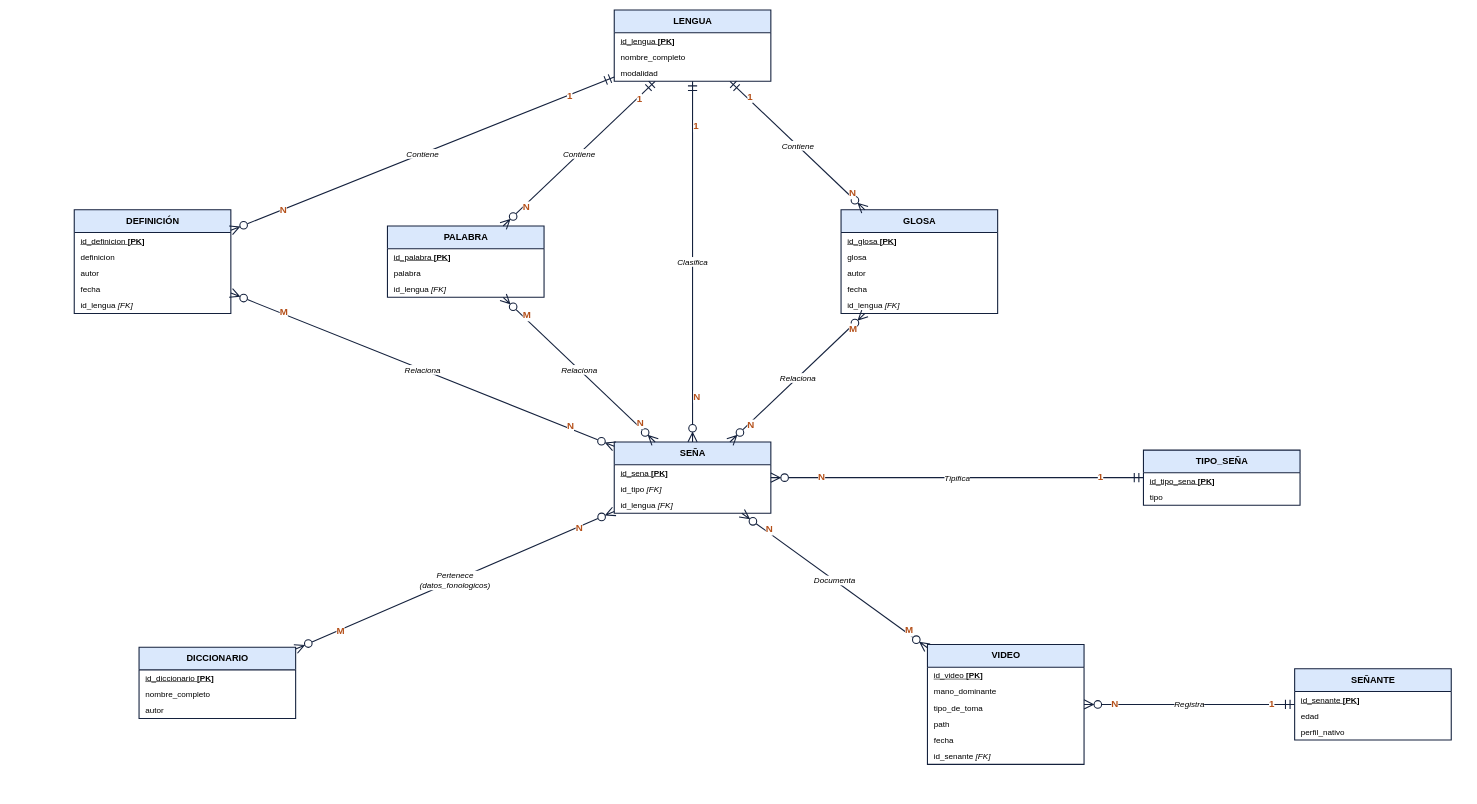
Earlier version of the draw.io diagram docs/img/diagrama_er_cardinalidades.drawio (ChristopherArgenis/LSM_DB). Source tidied: cells renumbered, new cells numbered last; positions are measured from the earlier drawing's top-left corner, leaving out a move shared by most shapes. Both pictures are drawn from the tidied source at 54%, with x=0, y=0 at pixel (74, 10).
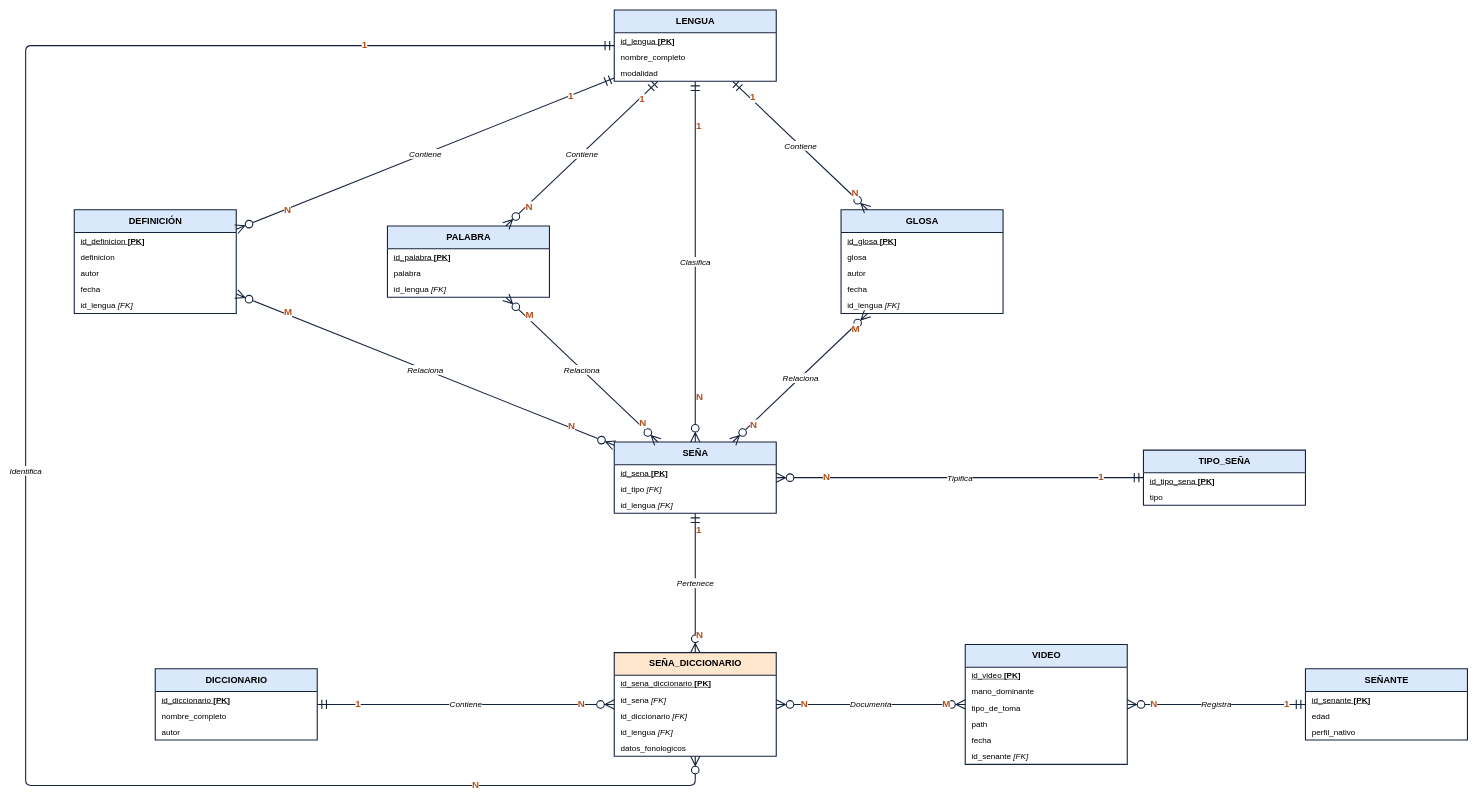
The same diagram, later.

Commit message (it also covers changes not shown here):
Diagramas ER: SEÑA_DICCIONARIO como entidad asociativa

Change to the diagram source:
```diff
@@
     <mxCell id="2" value="LENGUA" style="swimlane;fontStyle=1;horizontal=1;startSize=42;html=1;fontSize=17;fillColor=#dae8fc;strokeColor=#14213d;strokeWidth=2;swimlaneFillColor=#ffffff;" parent="1" vertex="1">
-      <mxGeometry x="1000" width="290" height="132" as="geometry" />
+      <mxGeometry x="1000" width="300" height="132" as="geometry" />
     </mxCell>
     <mxCell id="3" value="id_lengua  &lt;b&gt;[PK]&lt;/b&gt;" style="text;html=1;align=left;verticalAlign=middle;spacingLeft=10;fontSize=15;fontStyle=4;" parent="2" vertex="1">
-      <mxGeometry y="42" width="290" height="30" as="geometry" />
+      <mxGeometry y="42" width="300" height="30" as="geometry" />
     </mxCell>
     <mxCell id="4" value="nombre_completo" style="text;html=1;align=left;verticalAlign=middle;spacingLeft=10;fontSize=15;" parent="2" vertex="1">
-      <mxGeometry y="72" width="290" height="30" as="geometry" />
+      <mxGeometry y="72" width="300" height="30" as="geometry" />
     </mxCell>
     <mxCell id="5" value="modalidad" style="text;html=1;align=left;verticalAlign=middle;spacingLeft=10;fontSize=15;" parent="2" vertex="1">
-      <mxGeometry y="102" width="290" height="30" as="geometry" />
+      <mxGeometry y="102" width="300" height="30" as="geometry" />
     </mxCell>
     <mxCell id="6" value="DEFINICIÓN" style="swimlane;fontStyle=1;horizontal=1;startSize=42;html=1;fontSize=17;fillColor=#dae8fc;strokeColor=#14213d;strokeWidth=2;swimlaneFillColor=#ffffff;" parent="1" vertex="1">
-      <mxGeometry y="370" width="290" height="192" as="geometry" />
+      <mxGeometry y="370" width="300" height="192" as="geometry" />
     </mxCell>
     <mxCell id="7" value="id_definicion  &lt;b&gt;[PK]&lt;/b&gt;" style="text;html=1;align=left;verticalAlign=middle;spacingLeft=10;fontSize=15;fontStyle=4;" parent="6" vertex="1">
-      <mxGeometry y="42" width="290" height="30" as="geometry" />
+      <mxGeometry y="42" width="300" height="30" as="geometry" />
     </mxCell>
     <mxCell id="8" value="definicion" style="text;html=1;align=left;verticalAlign=middle;spacingLeft=10;fontSize=15;" parent="6" vertex="1">
-      <mxGeometry y="72" width="290" height="30" as="geometry" />
+      <mxGeometry y="72" width="300" height="30" as="geometry" />
     </mxCell>
     <mxCell id="9" value="autor" style="text;html=1;align=left;verticalAlign=middle;spacingLeft=10;fontSize=15;" parent="6" vertex="1">
-      <mxGeometry y="102" width="290" height="30" as="geometry" />
+      <mxGeometry y="102" width="300" height="30" as="geometry" />
     </mxCell>
     <mxCell id="10" value="fecha" style="text;html=1;align=left;verticalAlign=middle;spacingLeft=10;fontSize=15;" parent="6" vertex="1">
-      <mxGeometry y="132" width="290" height="30" as="geometry" />
+      <mxGeometry y="132" width="300" height="30" as="geometry" />
     </mxCell>
     <mxCell id="11" value="id_lengua  &lt;i&gt;[FK]&lt;/i&gt;" style="text;html=1;align=left;verticalAlign=middle;spacingLeft=10;fontSize=15;" parent="6" vertex="1">
-      <mxGeometry y="162" width="290" height="30" as="geometry" />
+      <mxGeometry y="162" width="300" height="30" as="geometry" />
     </mxCell>
     <mxCell id="12" value="PALABRA" style="swimlane;fontStyle=1;horizontal=1;startSize=42;html=1;fontSize=17;fillColor=#dae8fc;strokeColor=#14213d;strokeWidth=2;swimlaneFillColor=#ffffff;" parent="1" vertex="1">
-      <mxGeometry x="580" y="400" width="290" height="132" as="geometry" />
+      <mxGeometry x="580" y="400" width="300" height="132" as="geometry" />
     </mxCell>
     <mxCell id="13" value="id_palabra  &lt;b&gt;[PK]&lt;/b&gt;" style="text;html=1;align=left;verticalAlign=middle;spacingLeft=10;fontSize=15;fontStyle=4;" parent="12" vertex="1">
-      <mxGeometry y="42" width="290" height="30" as="geometry" />
+      <mxGeometry y="42" width="300" height="30" as="geometry" />
     </mxCell>
     <mxCell id="14" value="palabra" style="text;html=1;align=left;verticalAlign=middle;spacingLeft=10;fontSize=15;" parent="12" vertex="1">
-      <mxGeometry y="72" width="290" height="30" as="geometry" />
+      <mxGeometry y="72" width="300" height="30" as="geometry" />
     </mxCell>
     <mxCell id="15" value="id_lengua  &lt;i&gt;[FK]&lt;/i&gt;" style="text;html=1;align=left;verticalAlign=middle;spacingLeft=10;fontSize=15;" parent="12" vertex="1">
-      <mxGeometry y="102" width="290" height="30" as="geometry" />
+      <mxGeometry y="102" width="300" height="30" as="geometry" />
     </mxCell>
     <mxCell id="16" value="GLOSA" style="swimlane;fontStyle=1;horizontal=1;startSize=42;html=1;fontSize=17;fillColor=#dae8fc;strokeColor=#14213d;strokeWidth=2;swimlaneFillColor=#ffffff;" parent="1" vertex="1">
-      <mxGeometry x="1420" y="370" width="290" height="192" as="geometry" />
+      <mxGeometry x="1420" y="370" width="300" height="192" as="geometry" />
     </mxCell>
     <mxCell id="17" value="id_glosa  &lt;b&gt;[PK]&lt;/b&gt;" style="text;html=1;align=left;verticalAlign=middle;spacingLeft=10;fontSize=15;fontStyle=4;" parent="16" vertex="1">
-      <mxGeometry y="42" width="290" height="30" as="geometry" />
+      <mxGeometry y="42" width="300" height="30" as="geometry" />
     </mxCell>
     <mxCell id="18" value="glosa" style="text;html=1;align=left;verticalAlign=middle;spacingLeft=10;fontSize=15;" parent="16" vertex="1">
-      <mxGeometry y="72" width="290" height="30" as="geometry" />
+      <mxGeometry y="72" width="300" height="30" as="geometry" />
     </mxCell>
     <mxCell id="19" value="autor" style="text;html=1;align=left;verticalAlign=middle;spacingLeft=10;fontSize=15;" parent="16" vertex="1">
-      <mxGeometry y="102" width="290" height="30" as="geometry" />
+      <mxGeometry y="102" width="300" height="30" as="geometry" />
     </mxCell>
     <mxCell id="20" value="fecha" style="text;html=1;align=left;verticalAlign=middle;spacingLeft=10;fontSize=15;" parent="16" vertex="1">
-      <mxGeometry y="132" width="290" height="30" as="geometry" />
+      <mxGeometry y="132" width="300" height="30" as="geometry" />
     </mxCell>
     <mxCell id="21" value="id_lengua  &lt;i&gt;[FK]&lt;/i&gt;" style="text;html=1;align=left;verticalAlign=middle;spacingLeft=10;fontSize=15;" parent="16" vertex="1">
-      <mxGeometry y="162" width="290" height="30" as="geometry" />
+      <mxGeometry y="162" width="300" height="30" as="geometry" />
     </mxCell>
     <mxCell id="22" value="SEÑA" style="swimlane;fontStyle=1;horizontal=1;startSize=42;html=1;fontSize=17;fillColor=#dae8fc;strokeColor=#14213d;strokeWidth=2;swimlaneFillColor=#ffffff;" parent="1" vertex="1">
-      <mxGeometry x="1000" y="800" width="290" height="132" as="geometry" />
+      <mxGeometry x="1000" y="800" width="300" height="132" as="geometry" />
     </mxCell>
     <mxCell id="23" value="id_sena  &lt;b&gt;[PK]&lt;/b&gt;" style="text;html=1;align=left;verticalAlign=middle;spacingLeft=10;fontSize=15;fontStyle=4;" parent="22" vertex="1">
-      <mxGeometry y="42" width="290" height="30" as="geometry" />
+      <mxGeometry y="42" width="300" height="30" as="geometry" />
     </mxCell>
     <mxCell id="24" value="id_tipo  &lt;i&gt;[FK]&lt;/i&gt;" style="text;html=1;align=left;verticalAlign=middle;spacingLeft=10;fontSize=15;" parent="22" vertex="1">
-      <mxGeometry y="72" width="290" height="30" as="geometry" />
+      <mxGeometry y="72" width="300" height="30" as="geometry" />
     </mxCell>
     <mxCell id="25" value="id_lengua  &lt;i&gt;[FK]&lt;/i&gt;" style="text;html=1;align=left;verticalAlign=middle;spacingLeft=10;fontSize=15;" parent="22" vertex="1">
-      <mxGeometry y="102" width="290" height="30" as="geometry" />
+      <mxGeometry y="102" width="300" height="30" as="geometry" />
     </mxCell>
     <mxCell id="26" value="TIPO_SEÑA" style="swimlane;fontStyle=1;horizontal=1;startSize=42;html=1;fontSize=17;fillColor=#dae8fc;strokeColor=#14213d;strokeWidth=2;swimlaneFillColor=#ffffff;" parent="1" vertex="1">
-      <mxGeometry x="1980" y="815" width="290" height="102" as="geometry" />
+      <mxGeometry x="1980" y="815" width="300" height="102" as="geometry" />
     </mxCell>
     <mxCell id="27" value="id_tipo_sena  &lt;b&gt;[PK]&lt;/b&gt;" style="text;html=1;align=left;verticalAlign=middle;spacingLeft=10;fontSize=15;fontStyle=4;" parent="26" vertex="1">
-      <mxGeometry y="42" width="290" height="30" as="geometry" />
+      <mxGeometry y="42" width="300" height="30" as="geometry" />
     </mxCell>
     <mxCell id="28" value="tipo" style="text;html=1;align=left;verticalAlign=middle;spacingLeft=10;fontSize=15;" parent="26" vertex="1">
-      <mxGeometry y="72" width="290" height="30" as="geometry" />
+      <mxGeometry y="72" width="300" height="30" as="geometry" />
     </mxCell>
     <mxCell id="29" value="DICCIONARIO" style="swimlane;fontStyle=1;horizontal=1;startSize=42;html=1;fontSize=17;fillColor=#dae8fc;strokeColor=#14213d;strokeWidth=2;swimlaneFillColor=#ffffff;" parent="1" vertex="1">
-      <mxGeometry x="120" y="1180" width="290" height="132" as="geometry" />
+      <mxGeometry x="150" y="1220" width="300" height="132" as="geometry" />
     </mxCell>
     <mxCell id="30" value="id_diccionario  &lt;b&gt;[PK]&lt;/b&gt;" style="text;html=1;align=left;verticalAlign=middle;spacingLeft=10;fontSize=15;fontStyle=4;" parent="29" vertex="1">
-      <mxGeometry y="42" width="290" height="30" as="geometry" />
+      <mxGeometry y="42" width="300" height="30" as="geometry" />
     </mxCell>
     <mxCell id="31" value="nombre_completo" style="text;html=1;align=left;verticalAlign=middle;spacingLeft=10;fontSize=15;" parent="29" vertex="1">
-      <mxGeometry y="72" width="290" height="30" as="geometry" />
+      <mxGeometry y="72" width="300" height="30" as="geometry" />
     </mxCell>
     <mxCell id="32" value="autor" style="text;html=1;align=left;verticalAlign=middle;spacingLeft=10;fontSize=15;" parent="29" vertex="1">
-      <mxGeometry y="102" width="290" height="30" as="geometry" />
+      <mxGeometry y="102" width="300" height="30" as="geometry" />
     </mxCell>
+    <mxCell id="77" value="SEÑA_DICCIONARIO" style="swimlane;fontStyle=1;horizontal=1;startSize=42;html=1;fontSize=17;fillColor=#ffe6cc;strokeColor=#14213d;strokeWidth=2;swimlaneFillColor=#ffffff;" parent="1" vertex="1">
+      <mxGeometry x="1000" y="1190" width="300" height="192" as="geometry" />
+    </mxCell>
+    <mxCell id="78" value="id_sena_diccionario  &lt;b&gt;[PK]&lt;/b&gt;" style="text;html=1;align=left;verticalAlign=middle;spacingLeft=10;fontSize=15;fontStyle=4;" parent="77" vertex="1">
+      <mxGeometry y="42" width="300" height="30" as="geometry" />
+    </mxCell>
+    <mxCell id="79" value="id_sena  &lt;i&gt;[FK]&lt;/i&gt;" style="text;html=1;align=left;verticalAlign=middle;spacingLeft=10;fontSize=15;" parent="77" vertex="1">
+      <mxGeometry y="72" width="300" height="30" as="geometry" />
+    </mxCell>
+    <mxCell id="80" value="id_diccionario  &lt;i&gt;[FK]&lt;/i&gt;" style="text;html=1;align=left;verticalAlign=middle;spacingLeft=10;fontSize=15;" parent="77" vertex="1">
+      <mxGeometry y="102" width="300" height="30" as="geometry" />
+    </mxCell>
+    <mxCell id="81" value="id_lengua  &lt;i&gt;[FK]&lt;/i&gt;" style="text;html=1;align=left;verticalAlign=middle;spacingLeft=10;fontSize=15;" parent="77" vertex="1">
+      <mxGeometry y="132" width="300" height="30" as="geometry" />
+    </mxCell>
+    <mxCell id="82" value="datos_fonologicos" style="text;html=1;align=left;verticalAlign=middle;spacingLeft=10;fontSize=15;" parent="77" vertex="1">
+      <mxGeometry y="162" width="300" height="30" as="geometry" />
+    </mxCell>
     <mxCell id="33" value="VIDEO" style="swimlane;fontStyle=1;horizontal=1;startSize=42;html=1;fontSize=17;fillColor=#dae8fc;strokeColor=#14213d;strokeWidth=2;swimlaneFillColor=#ffffff;" parent="1" vertex="1">
-      <mxGeometry x="1580" y="1175" width="290" height="222" as="geometry" />
+      <mxGeometry x="1650" y="1175" width="300" height="222" as="geometry" />
     </mxCell>
     <mxCell id="34" value="id_video  &lt;b&gt;[PK]&lt;/b&gt;" style="text;html=1;align=left;verticalAlign=middle;spacingLeft=10;fontSize=15;fontStyle=4;" parent="33" vertex="1">
-      <mxGeometry y="42" width="290" height="30" as="geometry" />
+      <mxGeometry y="42" width="300" height="30" as="geometry" />
     </mxCell>
     <mxCell id="35" value="mano_dominante" style="text;html=1;align=left;verticalAlign=middle;spacingLeft=10;fontSize=15;" parent="33" vertex="1">
-      <mxGeometry y="72" width="290" height="30" as="geometry" />
+      <mxGeometry y="72" width="300" height="30" as="geometry" />
     </mxCell>
     <mxCell id="36" value="tipo_de_toma" style="text;html=1;align=left;verticalAlign=middle;spacingLeft=10;fontSize=15;" parent="33" vertex="1">
-      <mxGeometry y="102" width="290" height="30" as="geometry" />
+      <mxGeometry y="102" width="300" height="30" as="geometry" />
     </mxCell>
     <mxCell id="37" value="path" style="text;html=1;align=left;verticalAlign=middle;spacingLeft=10;fontSize=15;" parent="33" vertex="1">
-      <mxGeometry y="132" width="290" height="30" as="geometry" />
+      <mxGeometry y="132" width="300" height="30" as="geometry" />
     </mxCell>
     <mxCell id="38" value="fecha" style="text;html=1;align=left;verticalAlign=middle;spacingLeft=10;fontSize=15;" parent="33" vertex="1">
-      <mxGeometry y="162" width="290" height="30" as="geometry" />
+      <mxGeometry y="162" width="300" height="30" as="geometry" />
     </mxCell>
     <mxCell id="39" value="id_senante  &lt;i&gt;[FK]&lt;/i&gt;" style="text;html=1;align=left;verticalAlign=middle;spacingLeft=10;fontSize=15;" parent="33" vertex="1">
-      <mxGeometry y="192" width="290" height="30" as="geometry" />
+      <mxGeometry y="192" width="300" height="30" as="geometry" />
     </mxCell>
     <mxCell id="40" value="SEÑANTE" style="swimlane;fontStyle=1;horizontal=1;startSize=42;html=1;fontSize=17;fillColor=#dae8fc;strokeColor=#14213d;strokeWidth=2;swimlaneFillColor=#ffffff;" parent="1" vertex="1">
-      <mxGeometry x="2260" y="1220" width="290" height="132" as="geometry" />
+      <mxGeometry x="2280" y="1220" width="300" height="132" as="geometry" />
     </mxCell>
     <mxCell id="41" value="id_senante  &lt;b&gt;[PK]&lt;/b&gt;" style="text;html=1;align=left;verticalAlign=middle;spacingLeft=10;fontSize=15;fontStyle=4;" parent="40" vertex="1">
-      <mxGeometry y="42" width="290" height="30" as="geometry" />
+      <mxGeometry y="42" width="300" height="30" as="geometry" />
     </mxCell>
     <mxCell id="42" value="edad" style="text;html=1;align=left;verticalAlign=middle;spacingLeft=10;fontSize=15;" parent="40" vertex="1">
-      <mxGeometry y="72" width="290" height="30" as="geometry" />
+      <mxGeometry y="72" width="300" height="30" as="geometry" />
     </mxCell>
     <mxCell id="43" value="perfil_nativo" style="text;html=1;align=left;verticalAlign=middle;spacingLeft=10;fontSize=15;" parent="40" vertex="1">
-      <mxGeometry y="102" width="290" height="30" as="geometry" />
+      <mxGeometry y="102" width="300" height="30" as="geometry" />
     </mxCell>
@@
-    <mxCell id="68" value="Pertenece&lt;br&gt;(datos_fonologicos)" style="endArrow=ERzeroToMany;startArrow=ERzeroToMany;endFill=0;startFill=0;endSize=14;startSize=14;html=1;strokeColor=#14213d;strokeWidth=2;fontSize=15;fontStyle=2;labelBackgroundColor=#ffffff;" parent="1" edge="1" source="22" target="29">
+    <mxCell id="68" value="Pertenece" style="endArrow=ERzeroToMany;startArrow=ERmandOne;endFill=0;startFill=0;endSize=14;startSize=14;html=1;strokeColor=#14213d;strokeWidth=2;fontSize=15;fontStyle=2;labelBackgroundColor=#ffffff;" parent="1" edge="1" source="22" target="77">
       <mxGeometry relative="1" as="geometry" />
     </mxCell>
-    <mxCell id="69" value="N" style="edgeLabel;html=1;fontSize=18;fontStyle=1;fontColor=#b4501a;labelBackgroundColor=#ffffff;" parent="68" vertex="1">
+    <mxCell id="69" value="1" style="edgeLabel;html=1;fontSize=18;fontStyle=1;fontColor=#b4501a;labelBackgroundColor=#ffffff;" parent="68" vertex="1">
       <mxGeometry x="-0.75" relative="1" as="geometry">
         <mxPoint y="-18" as="offset" />
       </mxGeometry>
     </mxCell>
-    <mxCell id="70" value="M" style="edgeLabel;html=1;fontSize=18;fontStyle=1;fontColor=#b4501a;labelBackgroundColor=#ffffff;" parent="68" vertex="1">
+    <mxCell id="70" value="N" style="edgeLabel;html=1;fontSize=18;fontStyle=1;fontColor=#b4501a;labelBackgroundColor=#ffffff;" parent="68" vertex="1">
       <mxGeometry x="0.75" relative="1" as="geometry">
         <mxPoint y="-18" as="offset" />
       </mxGeometry>
     </mxCell>
-    <mxCell id="71" value="Documenta" style="endArrow=ERzeroToMany;startArrow=ERzeroToMany;endFill=0;startFill=0;endSize=14;startSize=14;html=1;strokeColor=#14213d;strokeWidth=2;fontSize=15;fontStyle=2;labelBackgroundColor=#ffffff;" parent="1" edge="1" source="22" target="33">
+    <mxCell id="71" value="Contiene" style="endArrow=ERzeroToMany;startArrow=ERmandOne;endFill=0;startFill=0;endSize=14;startSize=14;html=1;strokeColor=#14213d;strokeWidth=2;fontSize=15;fontStyle=2;labelBackgroundColor=#ffffff;" parent="1" edge="1" source="29" target="77">
       <mxGeometry relative="1" as="geometry" />
     </mxCell>
-    <mxCell id="72" value="N" style="edgeLabel;html=1;fontSize=18;fontStyle=1;fontColor=#b4501a;labelBackgroundColor=#ffffff;" parent="71" vertex="1">
+    <mxCell id="72" value="1" style="edgeLabel;html=1;fontSize=18;fontStyle=1;fontColor=#b4501a;labelBackgroundColor=#ffffff;" parent="71" vertex="1">
       <mxGeometry x="-0.75" relative="1" as="geometry">
         <mxPoint y="-18" as="offset" />
       </mxGeometry>
     </mxCell>
-    <mxCell id="73" value="M" style="edgeLabel;html=1;fontSize=18;fontStyle=1;fontColor=#b4501a;labelBackgroundColor=#ffffff;" parent="71" vertex="1">
+    <mxCell id="73" value="N" style="edgeLabel;html=1;fontSize=18;fontStyle=1;fontColor=#b4501a;labelBackgroundColor=#ffffff;" parent="71" vertex="1">
       <mxGeometry x="0.75" relative="1" as="geometry">
         <mxPoint y="-18" as="offset" />
       </mxGeometry>
     </mxCell>
-    <mxCell id="74" value="Registra" style="endArrow=ERzeroToMany;startArrow=ERmandOne;endFill=0;startFill=0;endSize=14;startSize=14;html=1;strokeColor=#14213d;strokeWidth=2;fontSize=15;fontStyle=2;labelBackgroundColor=#ffffff;" parent="1" edge="1" source="40" target="33">
-      <mxGeometry relative="1" as="geometry" />
+    <mxCell id="74" value="Identifica" style="endArrow=ERzeroToMany;startArrow=ERmandOne;endFill=0;startFill=0;endSize=14;startSize=14;html=1;strokeColor=#14213d;strokeWidth=2;fontSize=15;fontStyle=2;labelBackgroundColor=#ffffff;edgeStyle=orthogonalEdgeStyle;" parent="1" edge="1" source="2" target="77">
+      <mxGeometry relative="1" as="geometry">
+        <Array as="points">
+          <mxPoint x="-90" y="66" />
+          <mxPoint x="-90" y="1436" />
+          <mxPoint x="1150" y="1436" />
+        </Array>
+      </mxGeometry>
     </mxCell>
@@
+    <mxCell id="83" value="Documenta" style="endArrow=ERzeroToMany;startArrow=ERzeroToMany;endFill=0;startFill=0;endSize=14;startSize=14;html=1;strokeColor=#14213d;strokeWidth=2;fontSize=15;fontStyle=2;labelBackgroundColor=#ffffff;" parent="1" edge="1" source="77" target="33">
+      <mxGeometry relative="1" as="geometry" />
+    </mxCell>
+    <mxCell id="84" value="N" style="edgeLabel;html=1;fontSize=18;fontStyle=1;fontColor=#b4501a;labelBackgroundColor=#ffffff;" parent="83" vertex="1">
+      <mxGeometry x="-0.75" relative="1" as="geometry">
+        <mxPoint y="-18" as="offset" />
+      </mxGeometry>
+    </mxCell>
+    <mxCell id="85" value="M" style="edgeLabel;html=1;fontSize=18;fontStyle=1;fontColor=#b4501a;labelBackgroundColor=#ffffff;" parent="83" vertex="1">
+      <mxGeometry x="0.75" relative="1" as="geometry">
+        <mxPoint y="-18" as="offset" />
+      </mxGeometry>
+    </mxCell>
+    <mxCell id="86" value="Registra" style="endArrow=ERzeroToMany;startArrow=ERmandOne;endFill=0;startFill=0;endSize=14;startSize=14;html=1;strokeColor=#14213d;strokeWidth=2;fontSize=15;fontStyle=2;labelBackgroundColor=#ffffff;" parent="1" edge="1" source="40" target="33">
+      <mxGeometry relative="1" as="geometry" />
+    </mxCell>
+    <mxCell id="87" value="1" style="edgeLabel;html=1;fontSize=18;fontStyle=1;fontColor=#b4501a;labelBackgroundColor=#ffffff;" parent="86" vertex="1">
+      <mxGeometry x="-0.75" relative="1" as="geometry">
+        <mxPoint y="-18" as="offset" />
+      </mxGeometry>
+    </mxCell>
+    <mxCell id="88" value="N" style="edgeLabel;html=1;fontSize=18;fontStyle=1;fontColor=#b4501a;labelBackgroundColor=#ffffff;" parent="86" vertex="1">
+      <mxGeometry x="0.75" relative="1" as="geometry">
+        <mxPoint y="-18" as="offset" />
+      </mxGeometry>
+    </mxCell>
```
